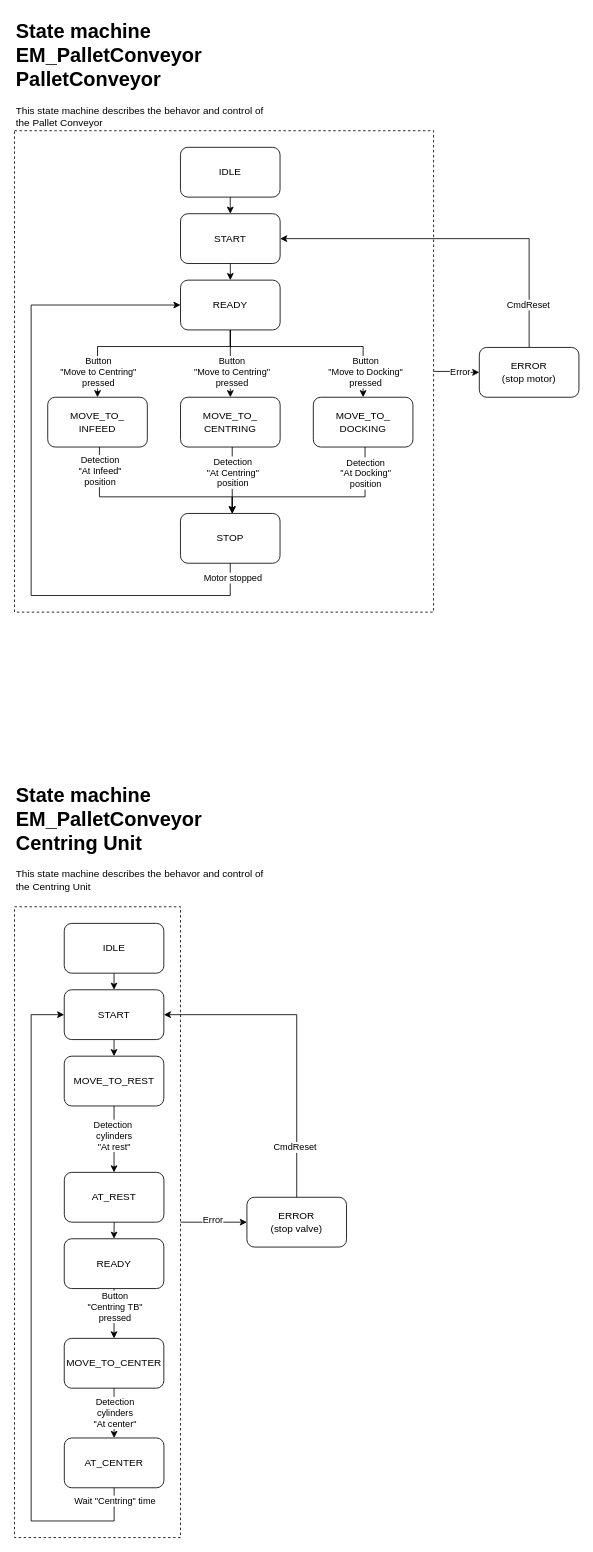
Above: page "EM_PalletConveyor" (5 of 7) of Documentation/StateMachine and Sequence Diagrams.drawio in KMWE/KMWE_CleanroomConnect (draw.io), before the change. Source tidied: cells renumbered, new cells numbered last; positions are measured from the earlier drawing's top-left corner, leaving out a move shared by most shapes. Both pictures are drawn from the tidied source at 83%, with x=0, y=0 at pixel (14, 14).
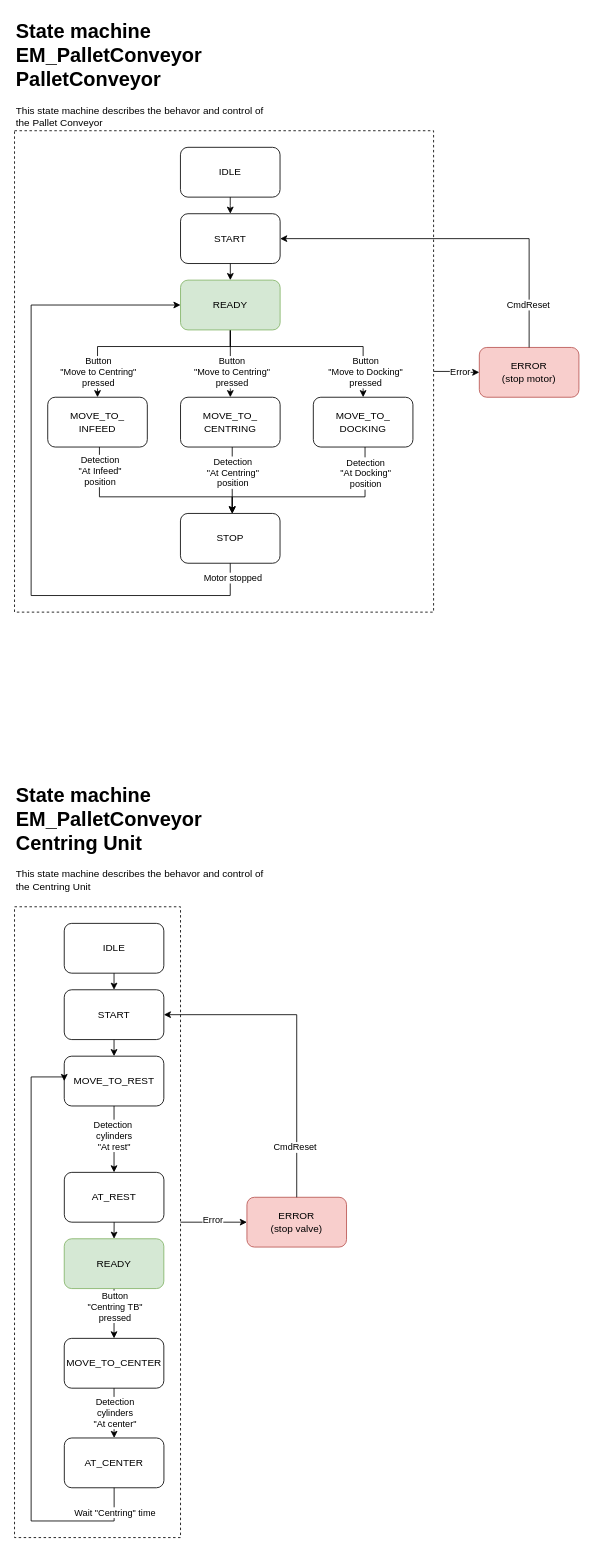
The same diagram, later.

Unchanged cells that the change refers to:
```xml
<mxCell id="30" value="MOVE_TO_REST" style="rounded=1;whiteSpace=wrap;html=1;" parent="1" vertex="1">
  <mxGeometry x="59.9" y="1255" width="120" height="60" as="geometry" />
</mxCell>
<mxCell id="36" value="AT_CENTER" style="rounded=1;whiteSpace=wrap;html=1;" parent="1" vertex="1">
  <mxGeometry x="60" y="1715" width="120" height="60" as="geometry" />
</mxCell>
<mxCell id="52" value="START" style="rounded=1;whiteSpace=wrap;html=1;" parent="1" vertex="1">
  <mxGeometry x="59.9" y="1175" width="120" height="60" as="geometry" />
</mxCell>
```

Diff of the diagram source:
```diff
@@
-    <mxCell id="8" value="ERROR&lt;br&gt;(stop motor)" style="rounded=1;whiteSpace=wrap;html=1;" parent="1" vertex="1">
+    <mxCell id="8" value="ERROR&lt;br&gt;(stop motor)" style="rounded=1;whiteSpace=wrap;html=1;fillColor=#f8cecc;strokeColor=#b85450;" parent="1" vertex="1">
       <mxGeometry x="560" y="401.1" width="120" height="60" as="geometry" />
     </mxCell>
@@
-    <mxCell id="29" value="ERROR&lt;br&gt;(stop valve)" style="rounded=1;whiteSpace=wrap;html=1;" parent="1" vertex="1">
+    <mxCell id="29" value="ERROR&lt;br&gt;(stop valve)" style="rounded=1;whiteSpace=wrap;html=1;fillColor=#f8cecc;strokeColor=#b85450;" parent="1" vertex="1">
       <mxGeometry x="280" y="1425" width="120" height="60" as="geometry" />
     </mxCell>
@@
-    <mxCell id="41" style="endArrow=classic;html=1;rounded=0;edgeStyle=orthogonalEdgeStyle;entryX=0;entryY=0.5;entryDx=0;entryDy=0;exitX=0.5;exitY=1;exitDx=0;exitDy=0;" parent="1" edge="1" source="36" target="52">
+    <mxCell id="41" style="endArrow=classic;html=1;rounded=0;edgeStyle=orthogonalEdgeStyle;entryX=0;entryY=0.5;entryDx=0;entryDy=0;exitX=0.5;exitY=1;exitDx=0;exitDy=0;" parent="1" edge="1" source="36" target="30">
       <mxGeometry relative="1" as="geometry">
         <Array as="points">
           <mxPoint x="120" y="1815" />
           <mxPoint x="20" y="1815" />
-          <mxPoint x="20" y="1205" />
+          <mxPoint x="20" y="1280" />
+          <mxPoint x="60" y="1280" />
         </Array>
       </mxGeometry>
     </mxCell>
@@
-    <mxCell id="49" value="READY" style="rounded=1;whiteSpace=wrap;html=1;" parent="1" vertex="1">
+    <mxCell id="49" value="READY" style="rounded=1;whiteSpace=wrap;html=1;fillColor=#d5e8d4;strokeColor=#82b366;" parent="1" vertex="1">
       <mxGeometry x="200" y="320" width="120" height="60" as="geometry" />
     </mxCell>
@@
-    <mxCell id="54" value="READY" style="rounded=1;whiteSpace=wrap;html=1;" parent="1" vertex="1">
+    <mxCell id="54" value="READY" style="rounded=1;whiteSpace=wrap;html=1;fillColor=#d5e8d4;strokeColor=#82b366;" parent="1" vertex="1">
       <mxGeometry x="59.9" y="1475" width="120" height="60" as="geometry" />
     </mxCell>
```
